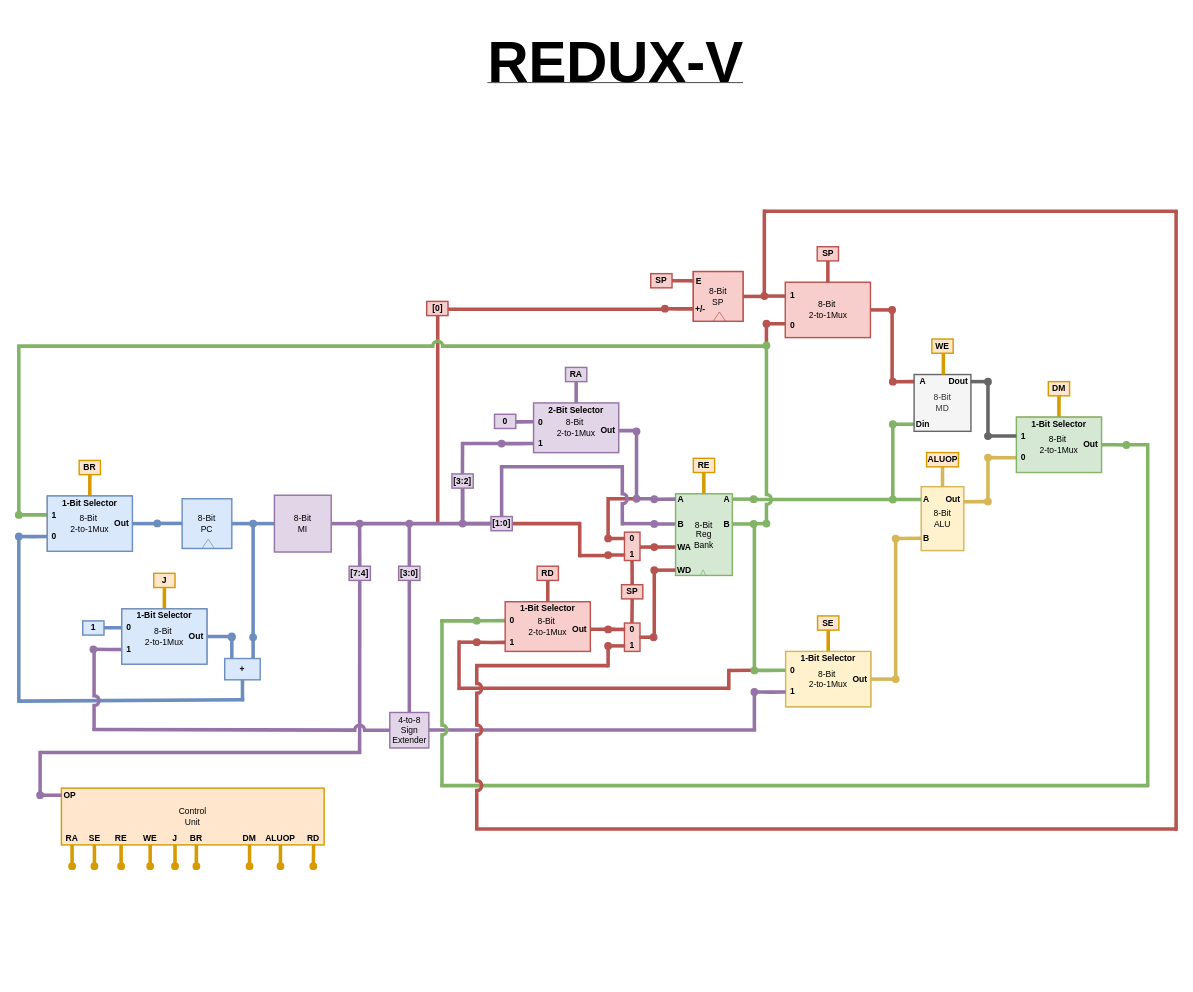
The draw.io diagram page "REDUX-V" (7 of 7) of REDUX-V.drawio in nico-ig/REDUX-V, before the edit. Source tidied: cells renumbered, new cells numbered last; positions are measured from the earlier drawing's top-left corner, leaving out a move shared by most shapes. Both pictures are drawn from the tidied source at 71%, with x=0, y=0 at pixel (17, 12).
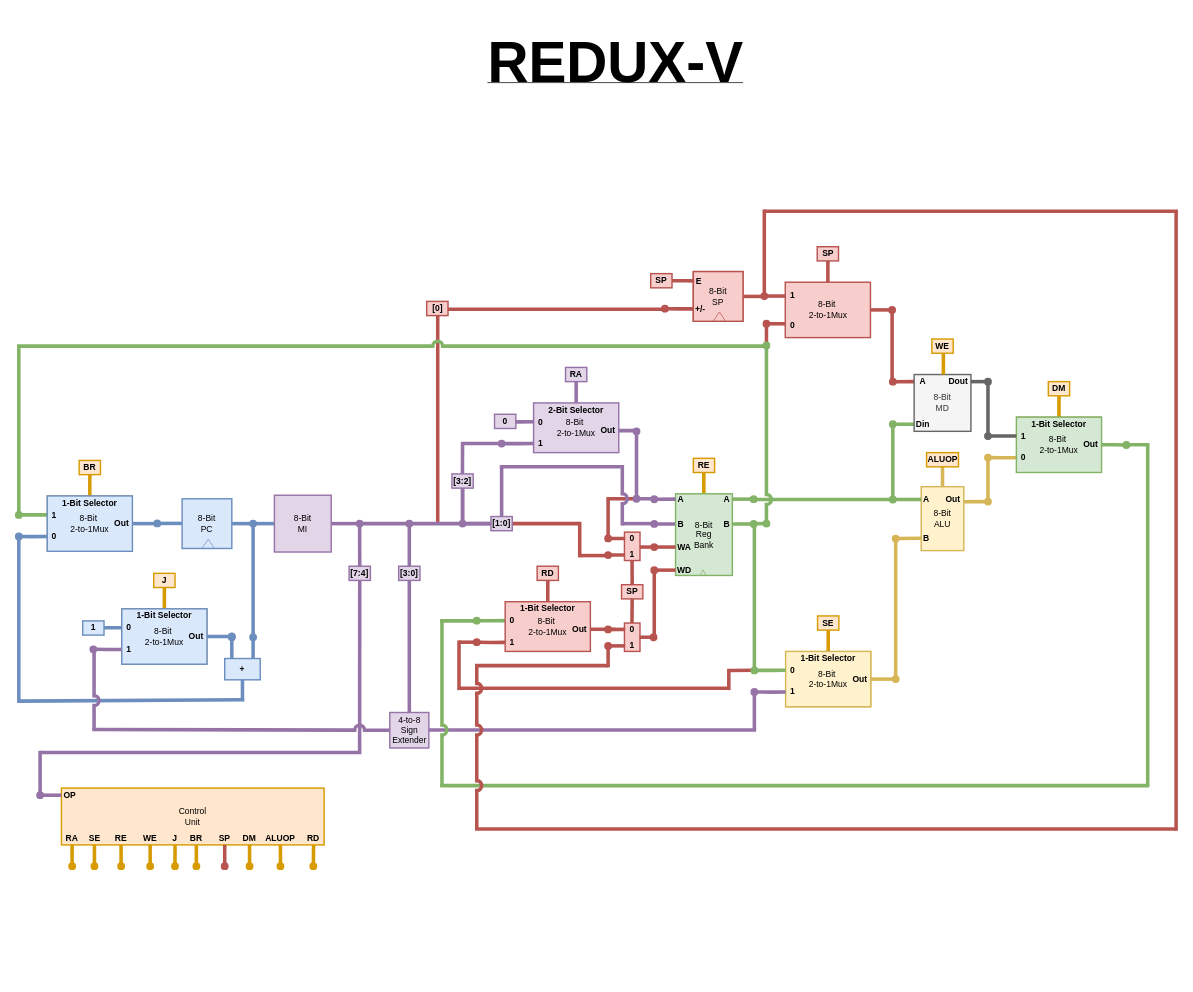
The same diagram, later.

Commit message:
Add SP in control unit

The change refers to these unchanged cells:
```xml
<mxCell id="94" style="group;" parent="1" vertex="1">
  <mxGeometry x="32" y="1152.5" width="400" height="210" as="geometry" />
</mxCell>
```

Change to the diagram source:
```diff
@@
+    <mxCell id="261" style="edgeStyle=orthogonalEdgeStyle;rounded=0;jettySize=auto;html=1;exitX=0.5;exitY=1;exitDx=0;exitDy=0;fillColor=#f8cecc;strokeColor=#b85450;strokeWidth=5;endArrow=oval;endFill=1;" parent="94" edge="1" source="262">
+      <mxGeometry relative="1" as="geometry">
+        <mxPoint x="260" y="50" as="targetPoint" />
+      </mxGeometry>
+    </mxCell>
+    <mxCell id="262" value="&lt;b&gt;SP&lt;/b&gt;" style="text;html=1;align=center;verticalAlign=middle;whiteSpace=wrap;rounded=0;" parent="94" vertex="1">
+      <mxGeometry x="250" width="20" height="20" as="geometry" />
+    </mxCell>
```
